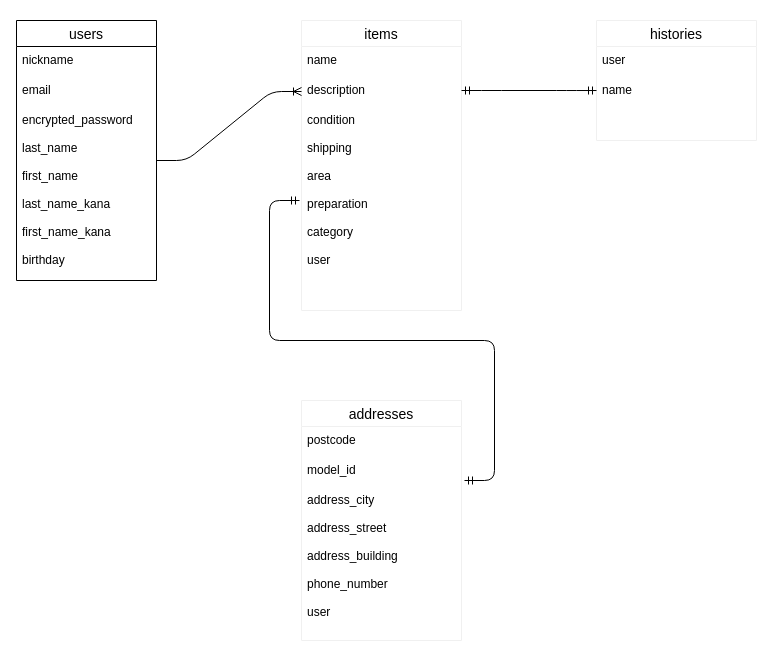
iTSUKi-0425/furima-32558 keeps this draw.io diagram as README.dio. Above is the earlier version. Source tidied: cells renumbered, new cells numbered last; positions are measured from the earlier drawing's top-left corner, leaving out a move shared by most shapes. Both pictures are drawn from the tidied source at 100%, with x=0, y=0 at pixel (16, 20).
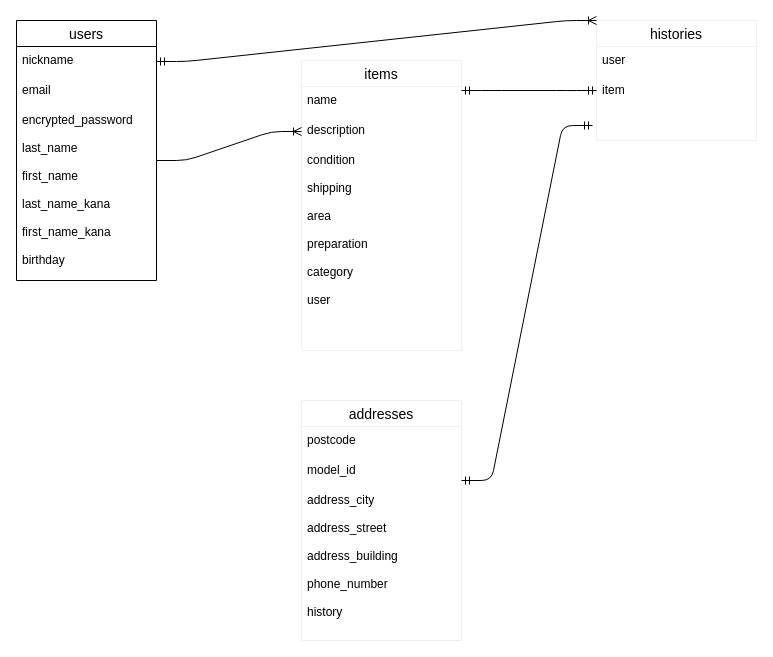
After the change.

Commit message (it also covers changes not shown here):
テーブル設計(READEME)pt4

Unchanged cells that the change refers to:
```xml
<mxCell id="10" value="histories" style="swimlane;fontStyle=0;horizontal=1;startSize=26;align=center;fontSize=14;strokeColor=#f0f0f0;" parent="1" vertex="1">
  <mxGeometry x="580" width="160" height="120" as="geometry" />
</mxCell>
<mxCell id="13" value="addresses" style="swimlane;fontStyle=0;horizontal=1;startSize=26;align=center;fontSize=14;strokeColor=#f0f0f0;" parent="1" vertex="1">
  <mxGeometry x="285" y="380" width="160" height="240" as="geometry" />
</mxCell>
```

What changed in the source:
```diff
@@
     <mxCell id="6" value="items" style="swimlane;fontStyle=0;horizontal=1;startSize=26;align=center;fontSize=14;strokeColor=#f0f0f0;" parent="1" vertex="1">
-      <mxGeometry x="285" width="160" height="290" as="geometry" />
+      <mxGeometry x="285" y="40" width="160" height="290" as="geometry" />
     </mxCell>
@@
-    <mxCell id="12" value="name&#10;" style="text;strokeColor=none;fillColor=none;spacingLeft=4;spacingRight=4;overflow=hidden;points=[[0,0.5],[1,0.5]];portConstraint=eastwest;fontSize=12;" parent="10" vertex="1">
+    <mxCell id="12" value="item" style="text;strokeColor=none;fillColor=none;spacingLeft=4;spacingRight=4;overflow=hidden;points=[[0,0.5],[1,0.5]];portConstraint=eastwest;fontSize=12;" parent="10" vertex="1">
       <mxGeometry y="56" width="160" height="64" as="geometry" />
     </mxCell>
@@
-    <mxCell id="16" value="address_city&#10;&#10;address_street&#10;&#10;address_building&#10;&#10;phone_number&#10;&#10;user" style="text;strokeColor=none;fillColor=none;spacingLeft=4;spacingRight=4;overflow=hidden;fontSize=12;" parent="13" vertex="1">
+    <mxCell id="16" value="address_city&#10;&#10;address_street&#10;&#10;address_building&#10;&#10;phone_number&#10;&#10;history" style="text;strokeColor=none;fillColor=none;spacingLeft=4;spacingRight=4;overflow=hidden;fontSize=12;" parent="13" vertex="1">
       <mxGeometry y="86" width="160" height="154" as="geometry" />
     </mxCell>
@@
-    <mxCell id="19" style="edgeStyle=entityRelationEdgeStyle;fontSize=12;html=1;endArrow=ERmandOne;startArrow=ERmandOne;" parent="1" edge="1">
-      <mxGeometry relative="1" as="geometry">
-        <mxPoint x="448" y="460" as="sourcePoint" />
-        <mxPoint x="283" y="180" as="targetPoint" />
-      </mxGeometry>
-    </mxCell>
+    <mxCell id="20" style="edgeStyle=entityRelationEdgeStyle;fontSize=12;html=1;endArrow=ERoneToMany;startArrow=ERmandOne;entryX=0;entryY=0;entryDx=0;entryDy=0;" parent="1" edge="1" target="10">
+      <mxGeometry relative="1" as="geometry">
+        <mxPoint x="140" y="41" as="sourcePoint" />
+      </mxGeometry>
+    </mxCell>
+    <mxCell id="21" style="edgeStyle=entityRelationEdgeStyle;fontSize=12;html=1;endArrow=ERmandOne;startArrow=ERmandOne;entryX=-0.025;entryY=0.766;entryDx=0;entryDy=0;entryPerimeter=0;" parent="1" edge="1" target="12">
+      <mxGeometry relative="1" as="geometry">
+        <mxPoint x="445" y="460" as="sourcePoint" />
+      </mxGeometry>
+    </mxCell>
```
